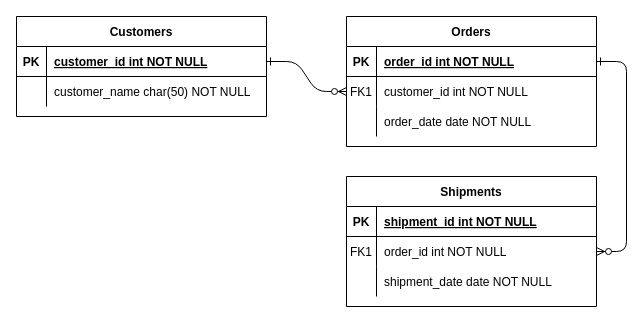
sebasRT/Bases-de-datos keeps this draw.io diagram as Untitled Diagram.drawio. Above is the earlier version. Source tidied: cells renumbered, new cells numbered last; positions are measured from the earlier drawing's top-left corner, leaving out a move shared by most shapes. Both pictures are drawn from the tidied source at 100%, with x=0, y=0 at pixel (16, 16).
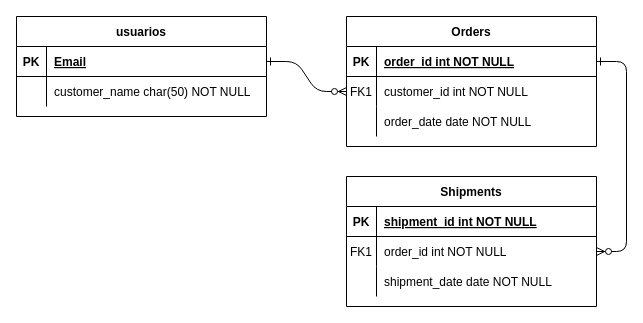
After the change.

The change refers to these unchanged cells:
```xml
<mxCell id="25" style="shape=partialRectangle;fillColor=none;points=[[0,0.5],[1,0.5]];portConstraint=eastwest;top=0;left=0;right=0;bottom=1;" parent="24" vertex="1">
  <mxGeometry y="30" width="250" height="30" as="geometry" />
</mxCell>
```

What changed in the source:
```diff
@@
-    <mxCell id="24" value="Customers" style="shape=table;startSize=30;childLayout=tableLayout;rowLines=0;fontStyle=1;align=center;" parent="1" vertex="1">
+    <mxCell id="24" value="usuarios" style="shape=table;startSize=30;childLayout=tableLayout;rowLines=0;fontStyle=1;align=center;" parent="1" vertex="1">
       <mxGeometry width="250" height="100" as="geometry" />
     </mxCell>
@@
-    <mxCell id="27" value="customer_id int NOT NULL " style="shape=partialRectangle;overflow=hidden;fillColor=none;top=0;left=0;bottom=0;right=0;align=left;spacingLeft=6;fontStyle=5;" parent="25" vertex="1">
+    <mxCell id="27" value="Email" style="shape=partialRectangle;overflow=hidden;fillColor=none;top=0;left=0;bottom=0;right=0;align=left;spacingLeft=6;fontStyle=5;" parent="25" vertex="1">
       <mxGeometry x="30" width="220" height="30" as="geometry" />
     </mxCell>
```
